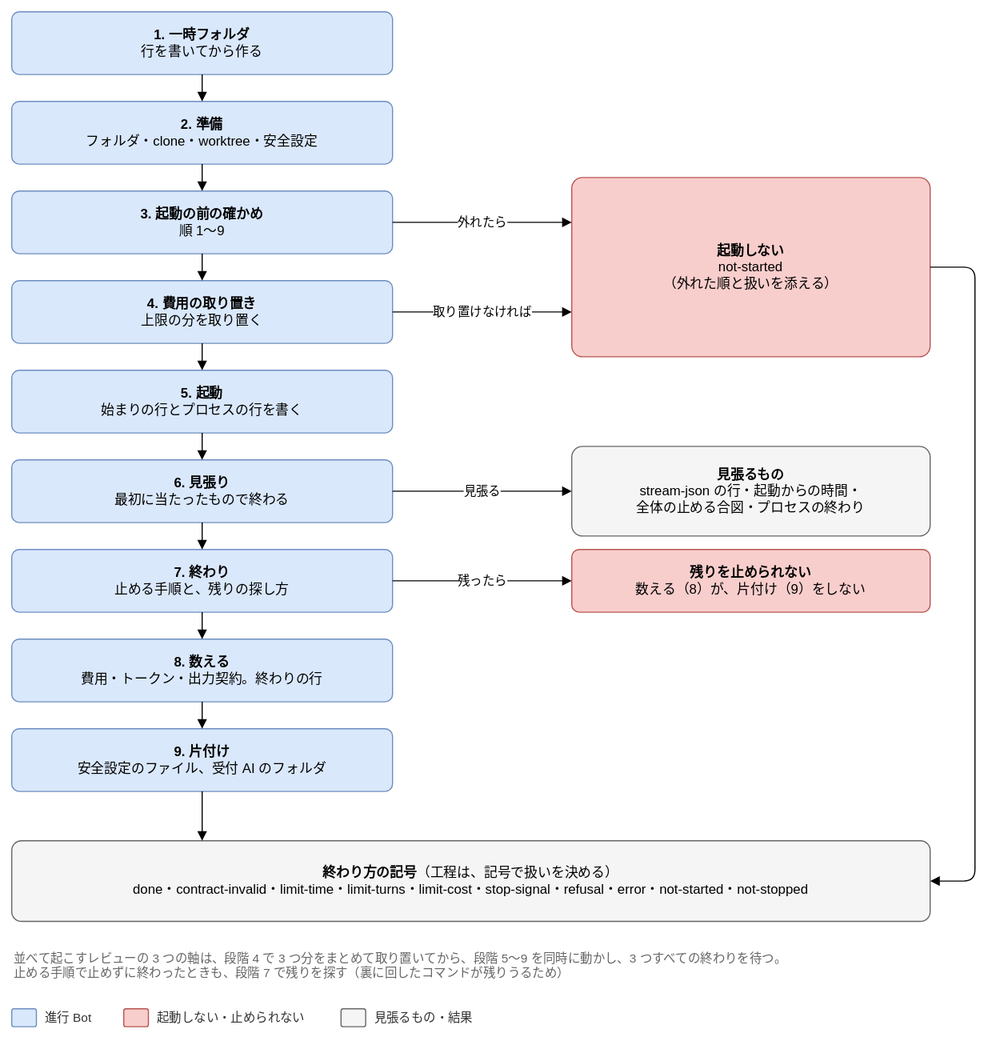
This is docs/design/detailed/diagrams/07-lifecycle.drawio.svg from Joymerrevent/dev-autopilot, a draw.io export, as it was before one commit. Source tidied: cells renumbered, new cells last; positions are measured from the earlier drawing's top-left corner, leaving out a move shared by most shapes.
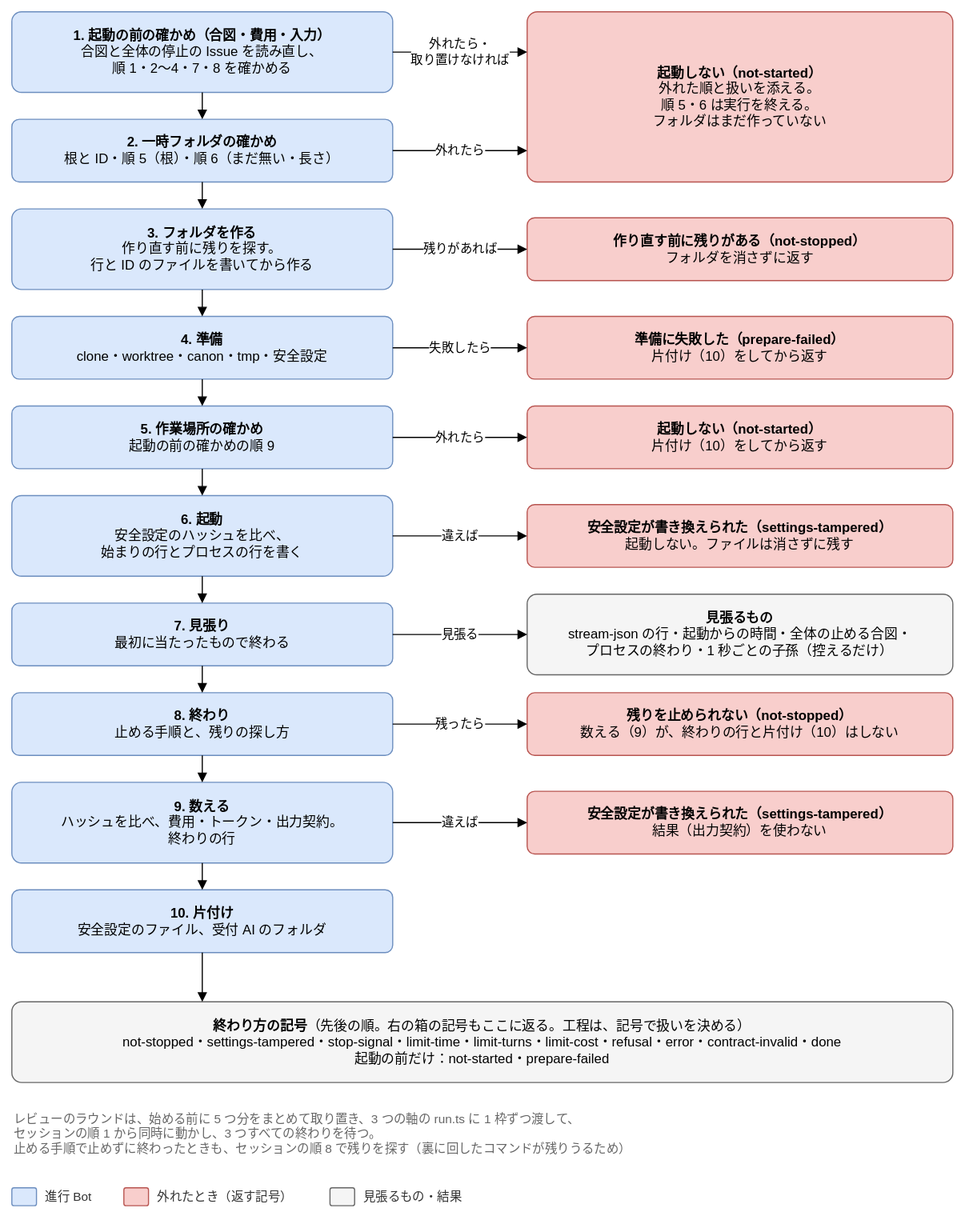
The same diagram one commit later.

Commit message:
docs(design): 詳細設計の図 07-lifecycle と 06-intake を、直した表に合わせる

- 07-lifecycle：10 の「セッションの順」に描き直し、順ごとの外れたとき（not-started・
  not-stopped・prepare-failed・settings-tampered）を右に並べ、終わり方の記号を先後の順にした。
  注は、レビューのラウンドの 5 つ分の取り置きと、セッションの順 8 で残りを探すことにした
  （H-1、H-3、H-7、H-11、M-69、M-70、M-71、M-73）
- 06-intake：intake の下書きを draft と wait に分けて書いた（M-67）

Claude-Session: https://claude.ai/code/session_01LvmXQN14Y95msvojZ6hWNP

The edit, as a diff of the source:
```diff
@@ -4,7 +4,7 @@
     <mxCell id="1" parent="0" />
-    <mxCell id="2" value="&lt;b&gt;1. 一時フォルダ&lt;/b&gt;&lt;br&gt;行を書いてから作る" style="rounded=1;whiteSpace=wrap;html=1;fontSize=12;arcSize=12;spacing=12;fillColor=#dae8fc;strokeColor=#6c8ebf;" parent="1" vertex="1">
-      <mxGeometry width="340" height="56" as="geometry" />
+    <mxCell id="2" value="&lt;b&gt;1. 起動の前の確かめ（合図・費用・入力）&lt;/b&gt;&lt;br&gt;合図と全体の停止の Issue を読み直し、&lt;br&gt;順 1・2〜4・7・8 を確かめる" style="rounded=1;whiteSpace=wrap;html=1;fontSize=12;arcSize=12;spacing=12;fillColor=#dae8fc;strokeColor=#6c8ebf;" parent="1" vertex="1">
+      <mxGeometry width="340" height="72" as="geometry" />
     </mxCell>
-    <mxCell id="3" value="&lt;b&gt;2. 準備&lt;/b&gt;&lt;br&gt;フォルダ・clone・worktree・安全設定" style="rounded=1;whiteSpace=wrap;html=1;fontSize=12;arcSize=12;spacing=12;fillColor=#dae8fc;strokeColor=#6c8ebf;" parent="1" vertex="1">
-      <mxGeometry y="80" width="340" height="56" as="geometry" />
+    <mxCell id="3" value="&lt;b&gt;2. 一時フォルダの確かめ&lt;/b&gt;&lt;br&gt;根と ID・順 5（根）・順 6（まだ無い・長さ）" style="rounded=1;whiteSpace=wrap;html=1;fontSize=12;arcSize=12;spacing=12;fillColor=#dae8fc;strokeColor=#6c8ebf;" parent="1" vertex="1">
+      <mxGeometry y="96" width="340" height="56" as="geometry" />
     </mxCell>
@@ -13,4 +13,4 @@
     </mxCell>
-    <mxCell id="5" value="&lt;b&gt;3. 起動の前の確かめ&lt;/b&gt;&lt;br&gt;順 1〜9" style="rounded=1;whiteSpace=wrap;html=1;fontSize=12;arcSize=12;spacing=12;fillColor=#dae8fc;strokeColor=#6c8ebf;" parent="1" vertex="1">
-      <mxGeometry y="160" width="340" height="56" as="geometry" />
+    <mxCell id="5" value="&lt;b&gt;3. フォルダを作る&lt;/b&gt;&lt;br&gt;作り直す前に残りを探す。&lt;br&gt;行と ID のファイルを書いてから作る" style="rounded=1;whiteSpace=wrap;html=1;fontSize=12;arcSize=12;spacing=12;fillColor=#dae8fc;strokeColor=#6c8ebf;" parent="1" vertex="1">
+      <mxGeometry y="176" width="340" height="72" as="geometry" />
     </mxCell>
@@ -19,4 +19,4 @@
     </mxCell>
-    <mxCell id="7" value="&lt;b&gt;4. 費用の取り置き&lt;/b&gt;&lt;br&gt;上限の分を取り置く" style="rounded=1;whiteSpace=wrap;html=1;fontSize=12;arcSize=12;spacing=12;fillColor=#dae8fc;strokeColor=#6c8ebf;" parent="1" vertex="1">
-      <mxGeometry y="240" width="340" height="56" as="geometry" />
+    <mxCell id="7" value="&lt;b&gt;4. 準備&lt;/b&gt;&lt;br&gt;clone・worktree・canon・tmp・安全設定" style="rounded=1;whiteSpace=wrap;html=1;fontSize=12;arcSize=12;spacing=12;fillColor=#dae8fc;strokeColor=#6c8ebf;" parent="1" vertex="1">
+      <mxGeometry y="272" width="340" height="56" as="geometry" />
     </mxCell>
@@ -25,4 +25,4 @@
     </mxCell>
-    <mxCell id="9" value="&lt;b&gt;5. 起動&lt;/b&gt;&lt;br&gt;始まりの行とプロセスの行を書く" style="rounded=1;whiteSpace=wrap;html=1;fontSize=12;arcSize=12;spacing=12;fillColor=#dae8fc;strokeColor=#6c8ebf;" parent="1" vertex="1">
-      <mxGeometry y="320" width="340" height="56" as="geometry" />
+    <mxCell id="9" value="&lt;b&gt;5. 作業場所の確かめ&lt;/b&gt;&lt;br&gt;起動の前の確かめの順 9" style="rounded=1;whiteSpace=wrap;html=1;fontSize=12;arcSize=12;spacing=12;fillColor=#dae8fc;strokeColor=#6c8ebf;" parent="1" vertex="1">
+      <mxGeometry y="352" width="340" height="56" as="geometry" />
     </mxCell>
@@ -31,4 +31,4 @@
     </mxCell>
-    <mxCell id="11" value="&lt;b&gt;6. 見張り&lt;/b&gt;&lt;br&gt;最初に当たったもので終わる" style="rounded=1;whiteSpace=wrap;html=1;fontSize=12;arcSize=12;spacing=12;fillColor=#dae8fc;strokeColor=#6c8ebf;" parent="1" vertex="1">
-      <mxGeometry y="400" width="340" height="56" as="geometry" />
+    <mxCell id="11" value="&lt;b&gt;6. 起動&lt;/b&gt;&lt;br&gt;安全設定のハッシュを比べ、&lt;br&gt;始まりの行とプロセスの行を書く" style="rounded=1;whiteSpace=wrap;html=1;fontSize=12;arcSize=12;spacing=12;fillColor=#dae8fc;strokeColor=#6c8ebf;" parent="1" vertex="1">
+      <mxGeometry y="432" width="340" height="72" as="geometry" />
     </mxCell>
@@ -37,4 +37,4 @@
     </mxCell>
-    <mxCell id="13" value="&lt;b&gt;7. 終わり&lt;/b&gt;&lt;br&gt;止める手順と、残りの探し方" style="rounded=1;whiteSpace=wrap;html=1;fontSize=12;arcSize=12;spacing=12;fillColor=#dae8fc;strokeColor=#6c8ebf;" parent="1" vertex="1">
-      <mxGeometry y="480" width="340" height="56" as="geometry" />
+    <mxCell id="13" value="&lt;b&gt;7. 見張り&lt;/b&gt;&lt;br&gt;最初に当たったもので終わる" style="rounded=1;whiteSpace=wrap;html=1;fontSize=12;arcSize=12;spacing=12;fillColor=#dae8fc;strokeColor=#6c8ebf;" parent="1" vertex="1">
+      <mxGeometry y="528" width="340" height="56" as="geometry" />
     </mxCell>
@@ -43,4 +43,4 @@
     </mxCell>
-    <mxCell id="15" value="&lt;b&gt;8. 数える&lt;/b&gt;&lt;br&gt;費用・トークン・出力契約。終わりの行" style="rounded=1;whiteSpace=wrap;html=1;fontSize=12;arcSize=12;spacing=12;fillColor=#dae8fc;strokeColor=#6c8ebf;" parent="1" vertex="1">
-      <mxGeometry y="560" width="340" height="56" as="geometry" />
+    <mxCell id="15" value="&lt;b&gt;8. 終わり&lt;/b&gt;&lt;br&gt;止める手順と、残りの探し方" style="rounded=1;whiteSpace=wrap;html=1;fontSize=12;arcSize=12;spacing=12;fillColor=#dae8fc;strokeColor=#6c8ebf;" parent="1" vertex="1">
+      <mxGeometry y="608" width="340" height="56" as="geometry" />
     </mxCell>
@@ -49,4 +49,4 @@
     </mxCell>
-    <mxCell id="17" value="&lt;b&gt;9. 片付け&lt;/b&gt;&lt;br&gt;安全設定のファイル、受付 AI のフォルダ" style="rounded=1;whiteSpace=wrap;html=1;fontSize=12;arcSize=12;spacing=12;fillColor=#dae8fc;strokeColor=#6c8ebf;" parent="1" vertex="1">
-      <mxGeometry y="640" width="340" height="56" as="geometry" />
+    <mxCell id="17" value="&lt;b&gt;9. 数える&lt;/b&gt;&lt;br&gt;ハッシュを比べ、費用・トークン・出力契約。&lt;br&gt;終わりの行" style="rounded=1;whiteSpace=wrap;html=1;fontSize=12;arcSize=12;spacing=12;fillColor=#dae8fc;strokeColor=#6c8ebf;" parent="1" vertex="1">
+      <mxGeometry y="688" width="340" height="72" as="geometry" />
     </mxCell>
@@ -55,57 +55,85 @@
     </mxCell>
+    <mxCell id="36" value="&lt;b&gt;10. 片付け&lt;/b&gt;&lt;br&gt;安全設定のファイル、受付 AI のフォルダ" style="rounded=1;whiteSpace=wrap;html=1;fontSize=12;arcSize=12;spacing=12;fillColor=#dae8fc;strokeColor=#6c8ebf;" parent="1" vertex="1">
+      <mxGeometry y="784" width="340" height="56" as="geometry" />
+    </mxCell>
+    <mxCell id="37" style="edgeStyle=orthogonalEdgeStyle;rounded=1;html=1;endArrow=block;endFill=1;fontSize=11;labelBackgroundColor=#ffffff;exitX=0.5;exitY=1;exitDx=0;exitDy=0;entryX=0.5;entryY=0;entryDx=0;entryDy=0;" parent="1" edge="1" source="17" target="36">
+      <mxGeometry relative="1" as="geometry" />
+    </mxCell>
-    <mxCell id="19" value="&lt;b&gt;起動しない&lt;/b&gt;&lt;br&gt;not-started&lt;br&gt;（外れた順と扱いを添える）" style="rounded=1;whiteSpace=wrap;html=1;fontSize=12;arcSize=12;spacing=12;fillColor=#f8cecc;strokeColor=#b85450;arcSize=6;" parent="1" vertex="1">
-      <mxGeometry x="500" y="148" width="320" height="160" as="geometry" />
+    <mxCell id="19" value="&lt;b&gt;起動しない（not-started）&lt;/b&gt;&lt;br&gt;外れた順と扱いを添える。&lt;br&gt;順 5・6 は実行を終える。&lt;br&gt;フォルダはまだ作っていない" style="rounded=1;whiteSpace=wrap;html=1;fontSize=12;arcSize=12;spacing=12;fillColor=#f8cecc;strokeColor=#b85450;arcSize=6;" parent="1" vertex="1">
+      <mxGeometry x="460" width="380" height="152" as="geometry" />
     </mxCell>
-    <mxCell id="20" value="外れたら" style="edgeStyle=orthogonalEdgeStyle;rounded=1;html=1;endArrow=block;endFill=1;fontSize=11;labelBackgroundColor=#ffffff;exitX=1;exitY=0.5;exitDx=0;exitDy=0;entryX=0;entryY=0.25;entryDx=0;entryDy=0;" parent="1" edge="1" source="5" target="19">
-      <mxGeometry relative="1" as="geometry" />
-    </mxCell>
-    <mxCell id="21" value="取り置けなければ" style="edgeStyle=orthogonalEdgeStyle;rounded=1;html=1;endArrow=block;endFill=1;fontSize=11;labelBackgroundColor=#ffffff;exitX=1;exitY=0.5;exitDx=0;exitDy=0;entryX=0;entryY=0.75;entryDx=0;entryDy=0;" parent="1" edge="1" source="7" target="19">
-      <mxGeometry relative="1" as="geometry" />
-    </mxCell>
+    <mxCell id="38" value="外れたら・&lt;br&gt;取り置けなければ" style="edgeStyle=orthogonalEdgeStyle;rounded=1;html=1;endArrow=block;endFill=1;fontSize=11;labelBackgroundColor=#ffffff;exitX=1;exitY=0.5;exitDx=0;exitDy=0;entryX=0;entryY=0.23684210526315788;entryDx=0;entryDy=0;" parent="1" edge="1" source="2" target="19">
+      <mxGeometry relative="1" as="geometry" />
+    </mxCell>
+    <mxCell id="39" value="外れたら" style="edgeStyle=orthogonalEdgeStyle;rounded=1;html=1;endArrow=block;endFill=1;fontSize=11;labelBackgroundColor=#ffffff;exitX=1;exitY=0.5;exitDx=0;exitDy=0;entryX=0;entryY=0.8157894736842105;entryDx=0;entryDy=0;" parent="1" edge="1" source="3" target="19">
+      <mxGeometry relative="1" as="geometry" />
+    </mxCell>
+    <mxCell id="40" value="&lt;b&gt;作り直す前に残りがある（not-stopped）&lt;/b&gt;&lt;br&gt;フォルダを消さずに返す" style="rounded=1;whiteSpace=wrap;html=1;fontSize=12;arcSize=12;spacing=12;fillColor=#f8cecc;strokeColor=#b85450;" parent="1" vertex="1">
+      <mxGeometry x="460" y="184" width="380" height="56" as="geometry" />
+    </mxCell>
+    <mxCell id="41" value="残りがあれば" style="edgeStyle=orthogonalEdgeStyle;rounded=1;html=1;endArrow=block;endFill=1;fontSize=11;labelBackgroundColor=#ffffff;exitX=1;exitY=0.5;exitDx=0;exitDy=0;entryX=0;entryY=0.5;entryDx=0;entryDy=0;" parent="1" edge="1" source="5" target="40">
+      <mxGeometry relative="1" as="geometry" />
+    </mxCell>
+    <mxCell id="42" value="&lt;b&gt;準備に失敗した（prepare-failed）&lt;/b&gt;&lt;br&gt;片付け（10）をしてから返す" style="rounded=1;whiteSpace=wrap;html=1;fontSize=12;arcSize=12;spacing=12;fillColor=#f8cecc;strokeColor=#b85450;" parent="1" vertex="1">
+      <mxGeometry x="460" y="272" width="380" height="56" as="geometry" />
+    </mxCell>
+    <mxCell id="43" value="失敗したら" style="edgeStyle=orthogonalEdgeStyle;rounded=1;html=1;endArrow=block;endFill=1;fontSize=11;labelBackgroundColor=#ffffff;exitX=1;exitY=0.5;exitDx=0;exitDy=0;entryX=0;entryY=0.5;entryDx=0;entryDy=0;" parent="1" edge="1" source="7" target="42">
+      <mxGeometry relative="1" as="geometry" />
+    </mxCell>
+    <mxCell id="44" value="&lt;b&gt;起動しない（not-started）&lt;/b&gt;&lt;br&gt;片付け（10）をしてから返す" style="rounded=1;whiteSpace=wrap;html=1;fontSize=12;arcSize=12;spacing=12;fillColor=#f8cecc;strokeColor=#b85450;" parent="1" vertex="1">
+      <mxGeometry x="460" y="352" width="380" height="56" as="geometry" />
+    </mxCell>
+    <mxCell id="45" value="外れたら" style="edgeStyle=orthogonalEdgeStyle;rounded=1;html=1;endArrow=block;endFill=1;fontSize=11;labelBackgroundColor=#ffffff;exitX=1;exitY=0.5;exitDx=0;exitDy=0;entryX=0;entryY=0.5;entryDx=0;entryDy=0;" parent="1" edge="1" source="9" target="44">
+      <mxGeometry relative="1" as="geometry" />
+    </mxCell>
+    <mxCell id="46" value="&lt;b&gt;安全設定が書き換えられた（settings-tampered）&lt;/b&gt;&lt;br&gt;起動しない。ファイルは消さずに残す" style="rounded=1;whiteSpace=wrap;html=1;fontSize=12;arcSize=12;spacing=12;fillColor=#f8cecc;strokeColor=#b85450;" parent="1" vertex="1">
+      <mxGeometry x="460" y="440" width="380" height="56" as="geometry" />
+    </mxCell>
+    <mxCell id="47" value="違えば" style="edgeStyle=orthogonalEdgeStyle;rounded=1;html=1;endArrow=block;endFill=1;fontSize=11;labelBackgroundColor=#ffffff;exitX=1;exitY=0.5;exitDx=0;exitDy=0;entryX=0;entryY=0.5;entryDx=0;entryDy=0;" parent="1" edge="1" source="11" target="46">
+      <mxGeometry relative="1" as="geometry" />
+    </mxCell>
-    <mxCell id="22" value="&lt;b&gt;見張るもの&lt;/b&gt;&lt;br&gt;stream-json の行・起動からの時間・&lt;br&gt;全体の止める合図・プロセスの終わり" style="rounded=1;whiteSpace=wrap;html=1;fontSize=12;arcSize=12;spacing=12;fillColor=#f5f5f5;strokeColor=#666666;" parent="1" vertex="1">
-      <mxGeometry x="500" y="388" width="320" height="80" as="geometry" />
+    <mxCell id="22" value="&lt;b&gt;見張るもの&lt;/b&gt;&lt;br&gt;stream-json の行・起動からの時間・全体の止める合図・&lt;br&gt;プロセスの終わり・1 秒ごとの子孫（控えるだけ）" style="rounded=1;whiteSpace=wrap;html=1;fontSize=12;arcSize=12;spacing=12;fillColor=#f5f5f5;strokeColor=#666666;" parent="1" vertex="1">
+      <mxGeometry x="460" y="520" width="380" height="72" as="geometry" />
     </mxCell>
-    <mxCell id="23" value="見張る" style="edgeStyle=orthogonalEdgeStyle;rounded=1;html=1;endArrow=block;endFill=1;fontSize=11;labelBackgroundColor=#ffffff;exitX=1;exitY=0.5;exitDx=0;exitDy=0;entryX=0;entryY=0.5;entryDx=0;entryDy=0;" parent="1" edge="1" source="11" target="22">
+    <mxCell id="23" value="見張る" style="edgeStyle=orthogonalEdgeStyle;rounded=1;html=1;endArrow=block;endFill=1;fontSize=11;labelBackgroundColor=#ffffff;exitX=1;exitY=0.5;exitDx=0;exitDy=0;entryX=0;entryY=0.5;entryDx=0;entryDy=0;" parent="1" edge="1" source="13" target="22">
       <mxGeometry relative="1" as="geometry" />
     </mxCell>
-    <mxCell id="24" value="&lt;b&gt;残りを止められない&lt;/b&gt;&lt;br&gt;数える（8）が、片付け（9）をしない" style="rounded=1;whiteSpace=wrap;html=1;fontSize=12;arcSize=12;spacing=12;fillColor=#f8cecc;strokeColor=#b85450;" parent="1" vertex="1">
-      <mxGeometry x="500" y="480" width="320" height="56" as="geometry" />
+    <mxCell id="24" value="&lt;b&gt;残りを止められない（not-stopped）&lt;/b&gt;&lt;br&gt;数える（9）が、終わりの行と片付け（10）はしない" style="rounded=1;whiteSpace=wrap;html=1;fontSize=12;arcSize=12;spacing=12;fillColor=#f8cecc;strokeColor=#b85450;" parent="1" vertex="1">
+      <mxGeometry x="460" y="608" width="380" height="56" as="geometry" />
     </mxCell>
-    <mxCell id="25" value="残ったら" style="edgeStyle=orthogonalEdgeStyle;rounded=1;html=1;endArrow=block;endFill=1;fontSize=11;labelBackgroundColor=#ffffff;exitX=1;exitY=0.5;exitDx=0;exitDy=0;entryX=0;entryY=0.5;entryDx=0;entryDy=0;" parent="1" edge="1" source="13" target="24">
+    <mxCell id="25" value="残ったら" style="edgeStyle=orthogonalEdgeStyle;rounded=1;html=1;endArrow=block;endFill=1;fontSize=11;labelBackgroundColor=#ffffff;exitX=1;exitY=0.5;exitDx=0;exitDy=0;entryX=0;entryY=0.5;entryDx=0;entryDy=0;" parent="1" edge="1" source="15" target="24">
       <mxGeometry relative="1" as="geometry" />
     </mxCell>
+    <mxCell id="48" value="&lt;b&gt;安全設定が書き換えられた（settings-tampered）&lt;/b&gt;&lt;br&gt;結果（出力契約）を使わない" style="rounded=1;whiteSpace=wrap;html=1;fontSize=12;arcSize=12;spacing=12;fillColor=#f8cecc;strokeColor=#b85450;" parent="1" vertex="1">
+      <mxGeometry x="460" y="696" width="380" height="56" as="geometry" />
+    </mxCell>
+    <mxCell id="49" value="違えば" style="edgeStyle=orthogonalEdgeStyle;rounded=1;html=1;endArrow=block;endFill=1;fontSize=11;labelBackgroundColor=#ffffff;exitX=1;exitY=0.5;exitDx=0;exitDy=0;entryX=0;entryY=0.5;entryDx=0;entryDy=0;" parent="1" edge="1" source="17" target="48">
+      <mxGeometry relative="1" as="geometry" />
+    </mxCell>
-    <mxCell id="26" value="&lt;b&gt;終わり方の記号&lt;/b&gt;（工程は、記号で扱いを決める）&lt;br&gt;done・contract-invalid・limit-time・limit-turns・limit-cost・stop-signal・refusal・error・not-started・not-stopped" style="rounded=1;whiteSpace=wrap;html=1;fontSize=12;arcSize=12;spacing=12;fillColor=#f5f5f5;strokeColor=#666666;" parent="1" vertex="1">
-      <mxGeometry y="740" width="820" height="72" as="geometry" />
+    <mxCell id="26" value="&lt;b&gt;終わり方の記号&lt;/b&gt;（先後の順。右の箱の記号もここに返る。工程は、記号で扱いを決める）&lt;br&gt;not-stopped・settings-tampered・stop-signal・limit-time・limit-turns・limit-cost・refusal・error・contract-invalid・done&lt;br&gt;起動の前だけ：not-started・prepare-failed" style="rounded=1;whiteSpace=wrap;html=1;fontSize=12;arcSize=12;spacing=12;fillColor=#f5f5f5;strokeColor=#666666;" parent="1" vertex="1">
+      <mxGeometry y="884" width="840" height="72" as="geometry" />
     </mxCell>
-    <mxCell id="27" style="edgeStyle=orthogonalEdgeStyle;rounded=1;html=1;endArrow=block;endFill=1;fontSize=11;labelBackgroundColor=#ffffff;exitX=0.5;exitY=1;exitDx=0;exitDy=0;entryX=0.2073170731707317;entryY=0;entryDx=0;entryDy=0;" parent="1" edge="1" source="17" target="26">
-      <mxGeometry relative="1" as="geometry" />
-    </mxCell>
-    <mxCell id="28" style="edgeStyle=orthogonalEdgeStyle;rounded=1;html=1;endArrow=block;endFill=1;fontSize=11;labelBackgroundColor=#ffffff;exitX=1;exitY=0.5;exitDx=0;exitDy=0;entryX=1;entryY=0.5;entryDx=0;entryDy=0;" parent="1" edge="1" source="19" target="26">
-      <mxGeometry relative="1" as="geometry">
-        <Array as="points">
-          <mxPoint x="860" y="228" />
-          <mxPoint x="860" y="776" />
-        </Array>
-      </mxGeometry>
-    </mxCell>
+    <mxCell id="50" style="edgeStyle=orthogonalEdgeStyle;rounded=1;html=1;endArrow=block;endFill=1;fontSize=11;labelBackgroundColor=#ffffff;exitX=0.5;exitY=1;exitDx=0;exitDy=0;entryX=0.20238095238095238;entryY=0;entryDx=0;entryDy=0;" parent="1" edge="1" source="36" target="26">
+      <mxGeometry relative="1" as="geometry" />
+    </mxCell>
-    <mxCell id="29" value="並べて起こすレビューの 3 つの軸は、段階 4 で 3 つ分をまとめて取り置いてから、段階 5〜9 を同時に動かし、3 つすべての終わりを待つ。&lt;br&gt;止める手順で止めずに終わったときも、段階 7 で残りを探す（裏に回したコマンドが残りうるため）" style="text;html=1;whiteSpace=wrap;align=left;verticalAlign=top;fontSize=11;fontColor=#666666;" parent="1" vertex="1">
-      <mxGeometry y="832" width="860" height="40" as="geometry" />
+    <mxCell id="29" value="レビューのラウンドは、始める前に 5 つ分をまとめて取り置き、3 つの軸の run.ts に 1 枠ずつ渡して、&lt;br&gt;セッションの順 1 から同時に動かし、3 つすべての終わりを待つ。&lt;br&gt;止める手順で止めずに終わったときも、セッションの順 8 で残りを探す（裏に回したコマンドが残りうるため）" style="text;html=1;whiteSpace=wrap;align=left;verticalAlign=top;fontSize=11;fontColor=#666666;" parent="1" vertex="1">
+      <mxGeometry y="976" width="840" height="56" as="geometry" />
     </mxCell>
     <mxCell id="30" style="rounded=1;whiteSpace=wrap;html=1;fontSize=12;arcSize=12;spacing=12;fillColor=#dae8fc;strokeColor=#6c8ebf;" parent="1" vertex="1">
-      <mxGeometry y="890" width="22" height="16" as="geometry" />
+      <mxGeometry y="1050" width="22" height="16" as="geometry" />
     </mxCell>
     <mxCell id="31" value="進行 Bot" style="text;html=1;align=left;verticalAlign=middle;fontSize=11;fontColor=#333333;" parent="1" vertex="1">
-      <mxGeometry x="28" y="888" width="56" height="20" as="geometry" />
+      <mxGeometry x="28" y="1048" width="56" height="20" as="geometry" />
     </mxCell>
     <mxCell id="32" style="rounded=1;whiteSpace=wrap;html=1;fontSize=12;arcSize=12;spacing=12;fillColor=#f8cecc;strokeColor=#b85450;" parent="1" vertex="1">
-      <mxGeometry x="100" y="890" width="22" height="16" as="geometry" />
+      <mxGeometry x="100" y="1050" width="22" height="16" as="geometry" />
     </mxCell>
-    <mxCell id="33" value="起動しない・止められない" style="text;html=1;align=left;verticalAlign=middle;fontSize=11;fontColor=#333333;" parent="1" vertex="1">
-      <mxGeometry x="128" y="888" width="150" height="20" as="geometry" />
+    <mxCell id="33" value="外れたとき（返す記号）" style="text;html=1;align=left;verticalAlign=middle;fontSize=11;fontColor=#333333;" parent="1" vertex="1">
+      <mxGeometry x="128" y="1048" width="140" height="20" as="geometry" />
     </mxCell>
     <mxCell id="34" style="rounded=1;whiteSpace=wrap;html=1;fontSize=12;arcSize=12;spacing=12;fillColor=#f5f5f5;strokeColor=#666666;" parent="1" vertex="1">
-      <mxGeometry x="294" y="890" width="22" height="16" as="geometry" />
+      <mxGeometry x="284" y="1050" width="22" height="16" as="geometry" />
     </mxCell>
     <mxCell id="35" value="見張るもの・結果" style="text;html=1;align=left;verticalAlign=middle;fontSize=11;fontColor=#333333;" parent="1" vertex="1">
-      <mxGeometry x="322" y="888" width="100" height="20" as="geometry" />
+      <mxGeometry x="312" y="1048" width="100" height="20" as="geometry" />
     </mxCell>
```
